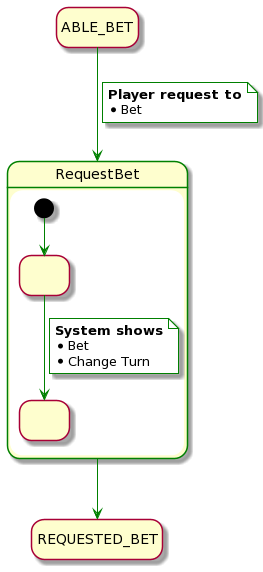
Above: rup/usecase/request_bet.png in USantaTecla-game-backgammon/backgammon (PlantUML), before the change. Its diagram source:
```plantuml
@startuml
hide empty description

state ABLE_BET
state REQUESTED_BET

state RequestBet ##green {
    state " " as 1
    state " " as 2

    [*] -[#green]-> 1
    1 -[#green]-> 2
    note on link #white
        <b>System shows</b>
        * Bet
        * Change Turn
    end note
}

ABLE_BET -[#green]-> RequestBet
note on link #white
    <b>Player request to</b>
    * Bet
end note

RequestBet -[#green]-> REQUESTED_BET
@enduml
```
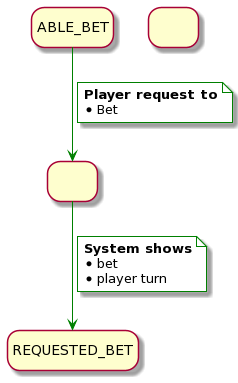
Later version of the same file.

Diff of the diagram source:
```diff
@@ -3,25 +3,20 @@
 
 state ABLE_BET
 state REQUESTED_BET
+state " " as 1
+state " " as 2
 
-state RequestBet ##green {
-    state " " as 1
-    state " " as 2
 
-    [*] -[#green]-> 1
-    1 -[#green]-> 2
-    note on link #white
-        <b>System shows</b>
-        * Bet
-        * Change Turn
-    end note
-}
-
-ABLE_BET -[#green]-> RequestBet
+ABLE_BET -[#green]-> 1
 note on link #white
     <b>Player request to</b>
     * Bet
 end note
 
-RequestBet -[#green]-> REQUESTED_BET
+1 -[#green]-> REQUESTED_BET
+note on link #white
+    <b>System shows</b>
+    * bet
+    * player turn
+end note
 @enduml
```
